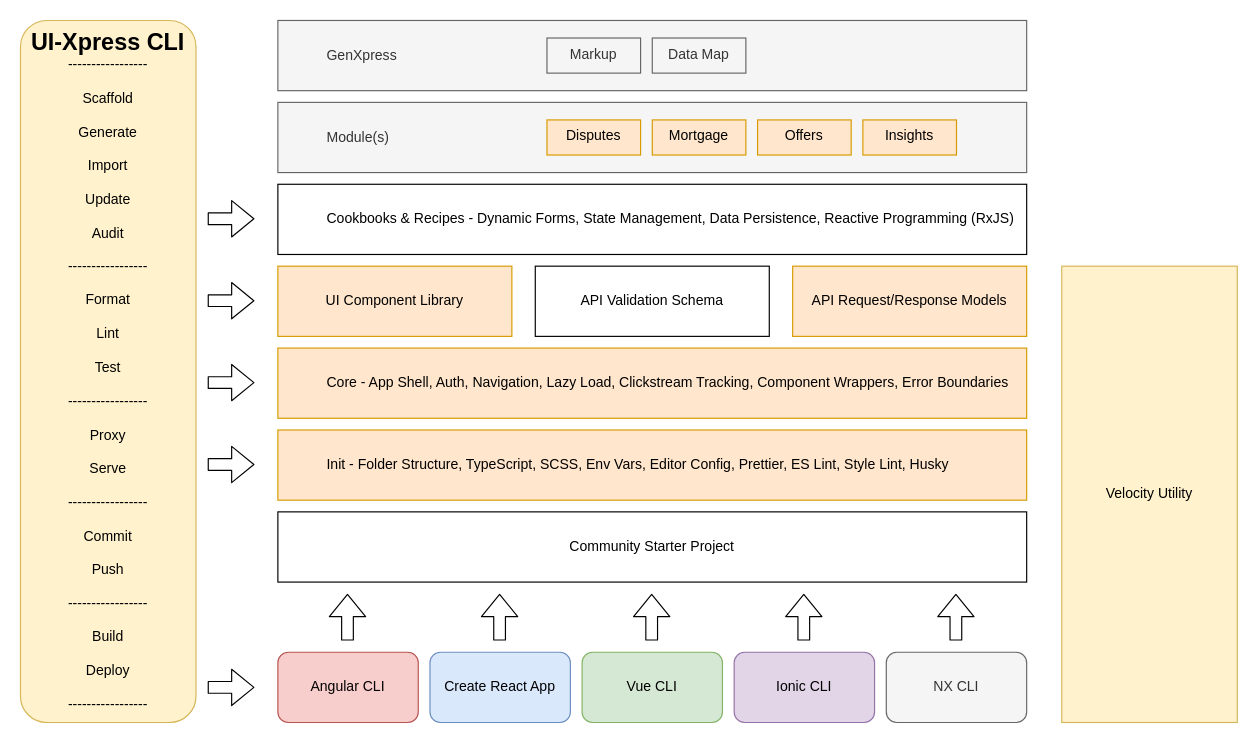
Above: Nexus CLI map.drawio in hikumealan/draw-io-diagrams (draw.io), before the change. Source tidied: cells renumbered, new cells numbered last; positions are measured from the earlier drawing's top-left corner, leaving out a move shared by most shapes. Both pictures are drawn from the tidied source at 117%, with x=0, y=0 at pixel (20, 20).
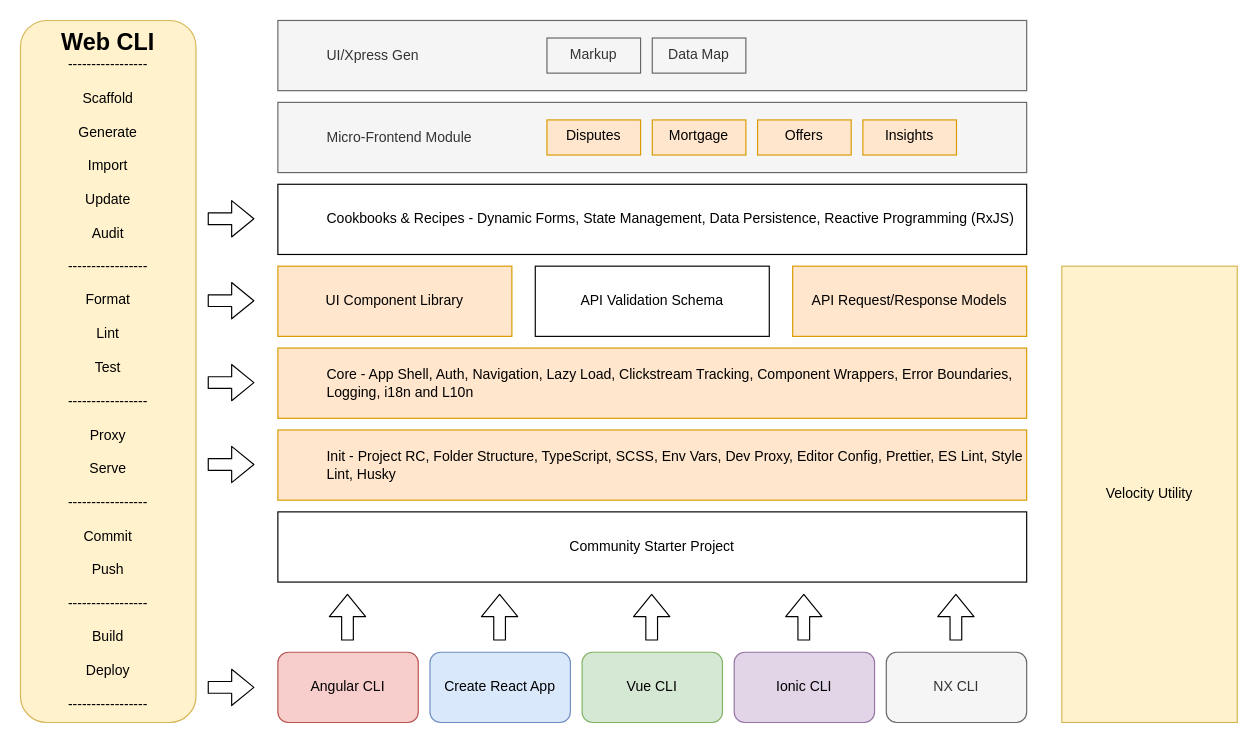
Above is the later version.

What changed in the source:
```diff
@@
-    <mxCell id="7" value="&lt;b style=&quot;font-size: 20px&quot;&gt;UI-Xpress CLI&lt;br&gt;&lt;/b&gt;-----------------&lt;br&gt;&lt;br&gt;Scaffold&lt;br&gt;&lt;br&gt;Generate&lt;br&gt;&lt;br&gt;Import&lt;br&gt;&lt;br&gt;Update&lt;br&gt;&lt;br&gt;Audit&lt;br&gt;&lt;br&gt;-----------------&lt;br&gt;&lt;br&gt;Format&lt;br&gt;&lt;br&gt;Lint&lt;br&gt;&lt;br&gt;Test&lt;br&gt;&lt;br&gt;-----------------&lt;br&gt;&lt;br&gt;Proxy&lt;br&gt;&lt;br&gt;Serve&lt;br&gt;&lt;br&gt;-----------------&lt;br&gt;&lt;br&gt;Commit&lt;br&gt;&lt;br&gt;Push&lt;br&gt;&lt;br&gt;-----------------&lt;br&gt;&lt;br&gt;Build&lt;br&gt;&lt;br&gt;Deploy&lt;br&gt;&lt;br&gt;-----------------" style="rounded=1;whiteSpace=wrap;html=1;fillColor=#fff2cc;strokeColor=#d6b656;verticalAlign=top;" parent="1" vertex="1">
+    <mxCell id="7" value="&lt;b style=&quot;font-size: 20px&quot;&gt;Web CLI&lt;br&gt;&lt;/b&gt;-----------------&lt;br&gt;&lt;br&gt;Scaffold&lt;br&gt;&lt;br&gt;Generate&lt;br&gt;&lt;br&gt;Import&lt;br&gt;&lt;br&gt;Update&lt;br&gt;&lt;br&gt;Audit&lt;br&gt;&lt;br&gt;-----------------&lt;br&gt;&lt;br&gt;Format&lt;br&gt;&lt;br&gt;Lint&lt;br&gt;&lt;br&gt;Test&lt;br&gt;&lt;br&gt;-----------------&lt;br&gt;&lt;br&gt;Proxy&lt;br&gt;&lt;br&gt;Serve&lt;br&gt;&lt;br&gt;-----------------&lt;br&gt;&lt;br&gt;Commit&lt;br&gt;&lt;br&gt;Push&lt;br&gt;&lt;br&gt;-----------------&lt;br&gt;&lt;br&gt;Build&lt;br&gt;&lt;br&gt;Deploy&lt;br&gt;&lt;br&gt;-----------------" style="rounded=1;whiteSpace=wrap;html=1;fillColor=#fff2cc;strokeColor=#d6b656;verticalAlign=top;" parent="1" vertex="1">
       <mxGeometry width="150" height="600" as="geometry" />
     </mxCell>
-    <mxCell id="8" value="&lt;blockquote style=&quot;margin: 0 0 0 40px ; border: none ; padding: 0px&quot;&gt;Core - App Shell, Auth, Navigation, Lazy Load, Clickstream Tracking, Component Wrappers, Error Boundaries&lt;/blockquote&gt;" style="rounded=0;whiteSpace=wrap;html=1;fillColor=#ffe6cc;strokeColor=#d79b00;align=left;" parent="1" vertex="1">
+    <mxCell id="8" value="&lt;blockquote style=&quot;margin: 0 0 0 40px ; border: none ; padding: 0px&quot;&gt;Core - App Shell, Auth, Navigation, Lazy Load, Clickstream Tracking, Component Wrappers, Error Boundaries, Logging, i18n and L10n&lt;/blockquote&gt;" style="rounded=0;whiteSpace=wrap;html=1;fillColor=#ffe6cc;strokeColor=#d79b00;align=left;" parent="1" vertex="1">
       <mxGeometry x="220" y="280" width="640" height="60" as="geometry" />
     </mxCell>
-    <mxCell id="9" value="&lt;blockquote style=&quot;margin: 0 0 0 40px ; border: none ; padding: 0px&quot;&gt;&lt;span&gt;Module(s)&lt;/span&gt;&lt;/blockquote&gt;" style="rounded=0;whiteSpace=wrap;html=1;align=left;fillColor=#f5f5f5;fontColor=#333333;strokeColor=#666666;" parent="1" vertex="1">
+    <mxCell id="9" value="&lt;blockquote style=&quot;margin: 0 0 0 40px ; border: none ; padding: 0px&quot;&gt;&lt;span&gt;Micro-Frontend Module&lt;/span&gt;&lt;/blockquote&gt;" style="rounded=0;whiteSpace=wrap;html=1;align=left;fillColor=#f5f5f5;fontColor=#333333;strokeColor=#666666;" parent="1" vertex="1">
       <mxGeometry x="220" y="70" width="640" height="60" as="geometry" />
     </mxCell>
@@
-    <mxCell id="17" value="&lt;blockquote style=&quot;margin: 0 0 0 40px ; border: none ; padding: 0px&quot;&gt;GenXpress&lt;/blockquote&gt;" style="rounded=0;whiteSpace=wrap;html=1;align=left;fillColor=#f5f5f5;fontColor=#333333;strokeColor=#666666;" parent="1" vertex="1">
+    <mxCell id="17" value="&lt;blockquote style=&quot;margin: 0 0 0 40px ; border: none ; padding: 0px&quot;&gt;UI/Xpress Gen&lt;/blockquote&gt;" style="rounded=0;whiteSpace=wrap;html=1;align=left;fillColor=#f5f5f5;fontColor=#333333;strokeColor=#666666;" parent="1" vertex="1">
       <mxGeometry x="220" width="640" height="60" as="geometry" />
     </mxCell>
@@
-    <mxCell id="32" value="&lt;blockquote style=&quot;margin: 0 0 0 40px ; border: none ; padding: 0px&quot;&gt;Init - Folder Structure, TypeScript, SCSS, Env Vars, Editor Config, Prettier, ES Lint, Style Lint, Husky&lt;/blockquote&gt;" style="rounded=0;whiteSpace=wrap;html=1;fillColor=#ffe6cc;strokeColor=#d79b00;align=left;" parent="1" vertex="1">
+    <mxCell id="32" value="&lt;blockquote style=&quot;margin: 0 0 0 40px ; border: none ; padding: 0px&quot;&gt;Init - Project RC, Folder Structure, TypeScript, SCSS, Env Vars, Dev Proxy, Editor Config, Prettier, ES Lint, Style Lint, Husky&lt;/blockquote&gt;" style="rounded=0;whiteSpace=wrap;html=1;fillColor=#ffe6cc;strokeColor=#d79b00;align=left;" parent="1" vertex="1">
       <mxGeometry x="220" y="350" width="640" height="60" as="geometry" />
     </mxCell>
```
